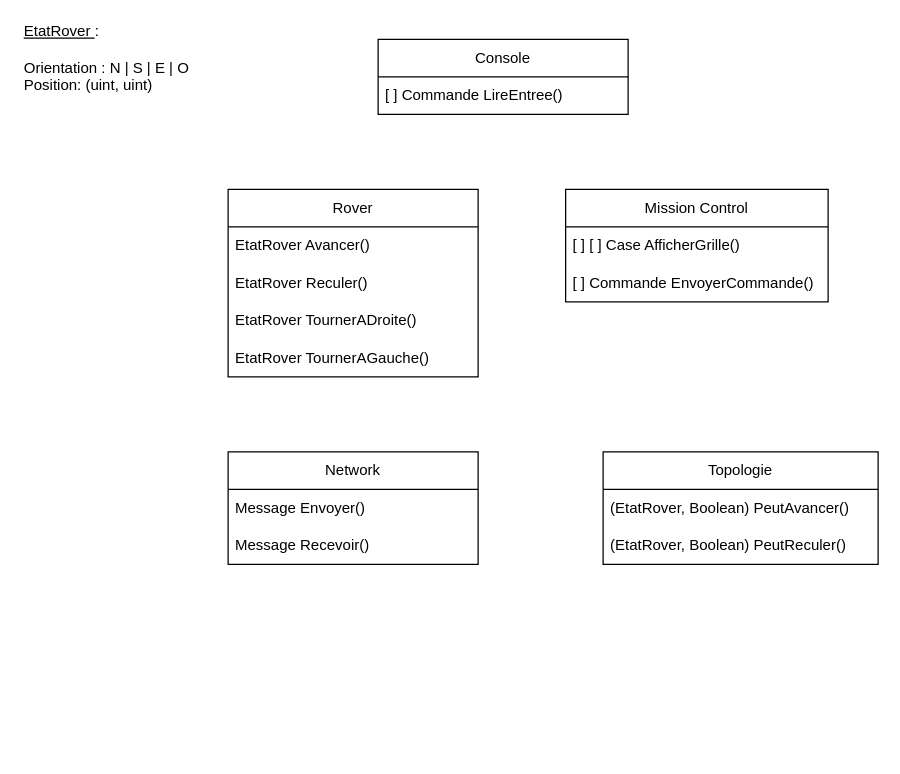
Above: page "Page-2" (1 of 2) of schema.drawio in pvayssier/archi_logiciel (draw.io), before the change. Source tidied: cells renumbered, new cells numbered last; positions are measured from the earlier drawing's top-left corner, leaving out a move shared by most shapes. Both pictures are drawn from the tidied source at 125%, with x=0, y=0 at pixel (21, 39).
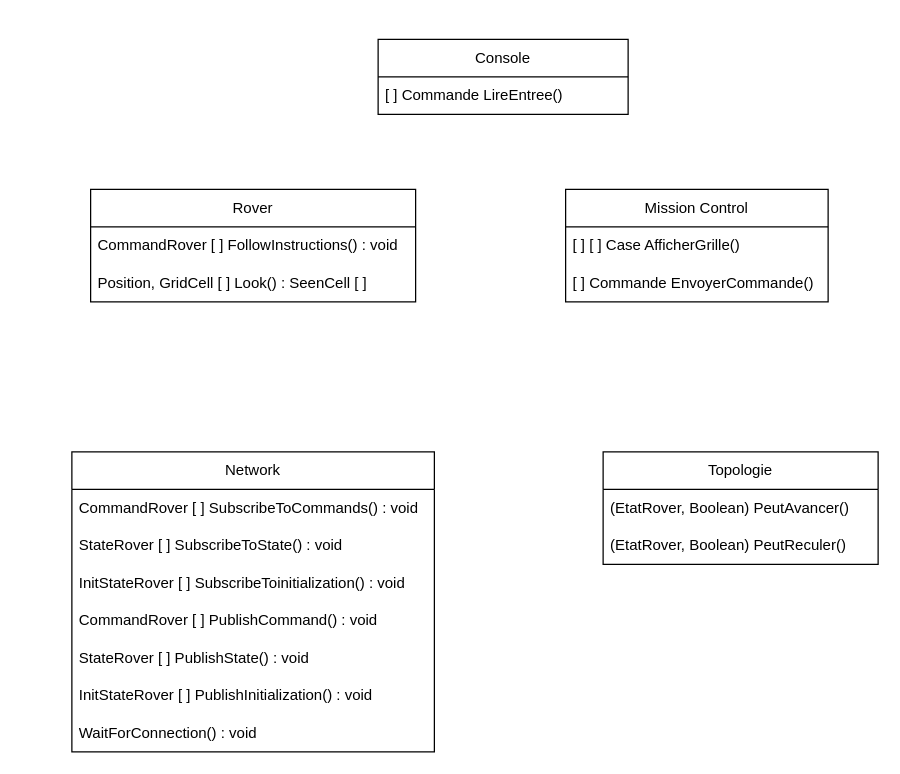
The same diagram, later.

Commit message (it also covers changes not shown here):
Mettre à jour schema.drawio

The edit, as a diff of the source:
```diff
@@
     <mxCell id="2" value="Rover" style="swimlane;fontStyle=0;horizontal=1;startSize=30;whiteSpace=wrap;html=1;" parent="1" vertex="1">
-      <mxGeometry x="165" y="120" width="200" height="150" as="geometry" />
+      <mxGeometry x="55" y="120" width="260" height="90" as="geometry" />
     </mxCell>
-    <mxCell id="3" value="EtatRover Avancer()" style="text;strokeColor=none;fillColor=none;align=left;verticalAlign=middle;spacingLeft=4;spacingRight=4;overflow=hidden;whiteSpace=wrap;html=1;" parent="2" vertex="1">
-      <mxGeometry y="30" width="200" height="30" as="geometry" />
+    <mxCell id="3" value="CommandRover [ ] FollowInstructions() : void" style="text;strokeColor=none;fillColor=none;align=left;verticalAlign=middle;spacingLeft=4;spacingRight=4;overflow=hidden;whiteSpace=wrap;html=1;" parent="2" vertex="1">
+      <mxGeometry y="30" width="260" height="30" as="geometry" />
     </mxCell>
-    <mxCell id="4" value="EtatRover Reculer()" style="text;strokeColor=none;fillColor=none;align=left;verticalAlign=middle;spacingLeft=4;spacingRight=4;overflow=hidden;whiteSpace=wrap;html=1;" parent="2" vertex="1">
-      <mxGeometry y="60" width="200" height="30" as="geometry" />
-    </mxCell>
-    <mxCell id="5" value="EtatRover TournerADroite()" style="text;strokeColor=none;fillColor=none;align=left;verticalAlign=middle;spacingLeft=4;spacingRight=4;overflow=hidden;whiteSpace=wrap;html=1;" parent="2" vertex="1">
-      <mxGeometry y="90" width="200" height="30" as="geometry" />
-    </mxCell>
-    <mxCell id="6" value="EtatRover TournerAGauche()" style="text;strokeColor=none;fillColor=none;align=left;verticalAlign=middle;spacingLeft=4;spacingRight=4;overflow=hidden;whiteSpace=wrap;html=1;" parent="2" vertex="1">
-      <mxGeometry y="120" width="200" height="30" as="geometry" />
-    </mxCell>
-    <mxCell id="7" value="&lt;div&gt;&lt;u&gt;EtatRover &lt;/u&gt;:&lt;/div&gt;&lt;div&gt;&lt;br&gt;&lt;/div&gt;Orientation : N | S | E | O&lt;div&gt;Position: (uint, uint)&lt;/div&gt;" style="text;strokeColor=none;align=left;fillColor=none;html=1;verticalAlign=middle;whiteSpace=wrap;rounded=0;" parent="1" vertex="1">
-      <mxGeometry width="140" height="30" as="geometry" />
-    </mxCell>
+    <mxCell id="19" value="Position, GridCell [ ] Look() : SeenCell [ ]" style="text;strokeColor=none;fillColor=none;align=left;verticalAlign=middle;spacingLeft=4;spacingRight=4;overflow=hidden;whiteSpace=wrap;html=1;" parent="2" vertex="1">
+      <mxGeometry y="60" width="260" height="30" as="geometry" />
+    </mxCell>
@@
     <mxCell id="14" value="Network" style="swimlane;fontStyle=0;horizontal=1;startSize=30;whiteSpace=wrap;html=1;" parent="1" vertex="1">
-      <mxGeometry x="165" y="330" width="200" height="90" as="geometry" />
+      <mxGeometry x="40" y="330" width="290" height="240" as="geometry" />
     </mxCell>
-    <mxCell id="15" value="Message Envoyer()" style="text;strokeColor=none;fillColor=none;align=left;verticalAlign=middle;spacingLeft=4;spacingRight=4;overflow=hidden;whiteSpace=wrap;html=1;" parent="14" vertex="1">
-      <mxGeometry y="30" width="200" height="30" as="geometry" />
+    <mxCell id="15" value="CommandRover [ ] SubscribeToCommands() : void" style="text;strokeColor=none;fillColor=none;align=left;verticalAlign=middle;spacingLeft=4;spacingRight=4;overflow=hidden;whiteSpace=wrap;html=1;" parent="14" vertex="1">
+      <mxGeometry y="30" width="290" height="30" as="geometry" />
     </mxCell>
-    <mxCell id="16" value="Message Recevoir()" style="text;strokeColor=none;fillColor=none;align=left;verticalAlign=middle;spacingLeft=4;spacingRight=4;overflow=hidden;whiteSpace=wrap;html=1;" parent="14" vertex="1">
-      <mxGeometry y="60" width="200" height="30" as="geometry" />
+    <mxCell id="16" value="StateRover [ ] SubscribeToState() : void" style="text;strokeColor=none;fillColor=none;align=left;verticalAlign=middle;spacingLeft=4;spacingRight=4;overflow=hidden;whiteSpace=wrap;html=1;" parent="14" vertex="1">
+      <mxGeometry y="60" width="290" height="30" as="geometry" />
     </mxCell>
+    <mxCell id="20" value="InitStateRover [ ] SubscribeToinitialization() : void" style="text;strokeColor=none;fillColor=none;align=left;verticalAlign=middle;spacingLeft=4;spacingRight=4;overflow=hidden;whiteSpace=wrap;html=1;" parent="14" vertex="1">
+      <mxGeometry y="90" width="290" height="30" as="geometry" />
+    </mxCell>
+    <mxCell id="21" value="CommandRover [ ] PublishCommand() : void" style="text;strokeColor=none;fillColor=none;align=left;verticalAlign=middle;spacingLeft=4;spacingRight=4;overflow=hidden;whiteSpace=wrap;html=1;" parent="14" vertex="1">
+      <mxGeometry y="120" width="290" height="30" as="geometry" />
+    </mxCell>
+    <mxCell id="22" value="StateRover [ ] PublishState() : void" style="text;strokeColor=none;fillColor=none;align=left;verticalAlign=middle;spacingLeft=4;spacingRight=4;overflow=hidden;whiteSpace=wrap;html=1;" parent="14" vertex="1">
+      <mxGeometry y="150" width="290" height="30" as="geometry" />
+    </mxCell>
+    <mxCell id="23" value="InitStateRover [ ] PublishInitialization() : void" style="text;strokeColor=none;fillColor=none;align=left;verticalAlign=middle;spacingLeft=4;spacingRight=4;overflow=hidden;whiteSpace=wrap;html=1;" parent="14" vertex="1">
+      <mxGeometry y="180" width="290" height="30" as="geometry" />
+    </mxCell>
+    <mxCell id="24" value="WaitForConnection() : void" style="text;strokeColor=none;fillColor=none;align=left;verticalAlign=middle;spacingLeft=4;spacingRight=4;overflow=hidden;whiteSpace=wrap;html=1;" parent="14" vertex="1">
+      <mxGeometry y="210" width="290" height="30" as="geometry" />
+    </mxCell>
```
